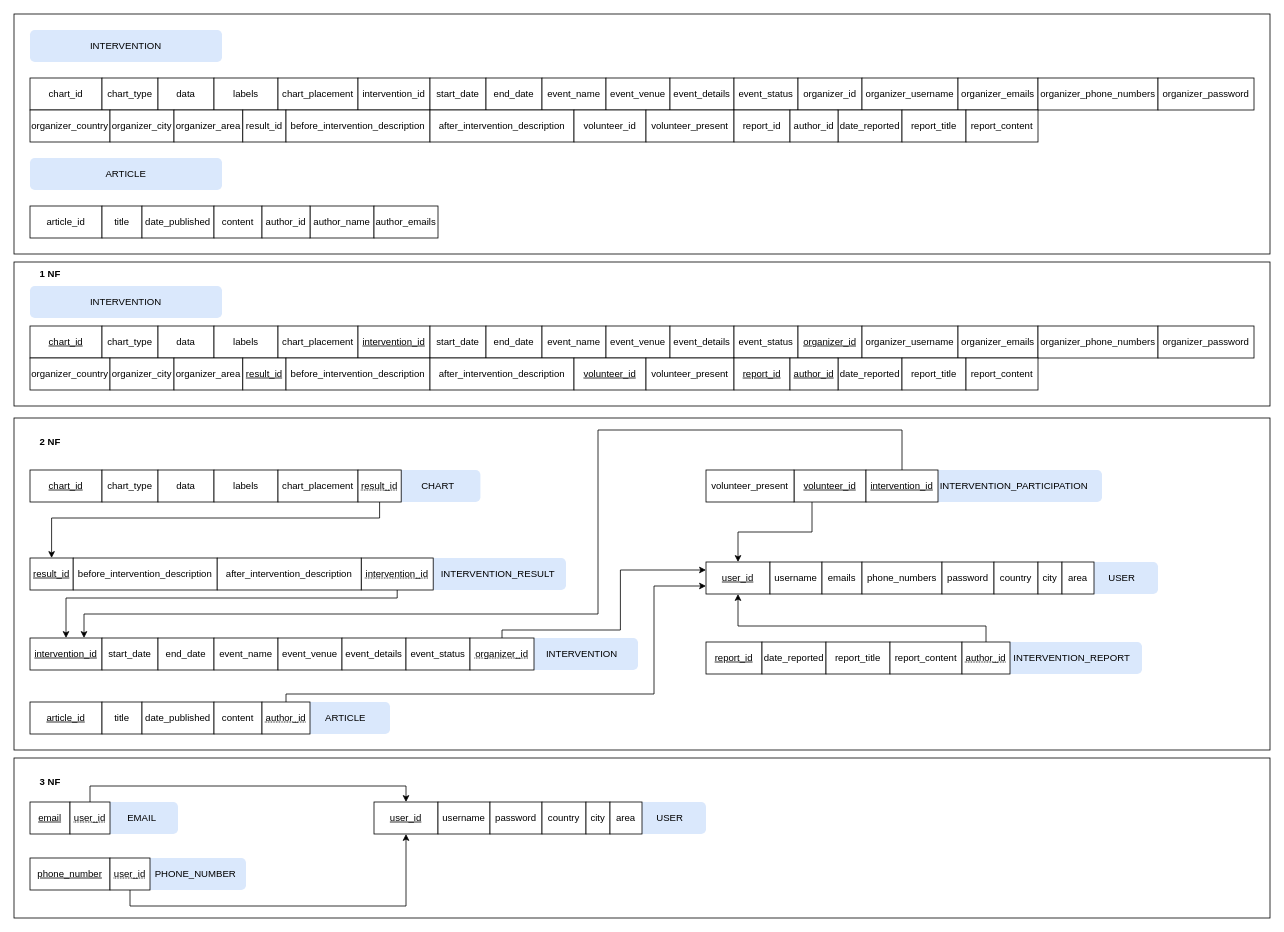
BloodRiver/public-health-interventions keeps this draw.io diagram as normalization.drawio. Above is the earlier version. Source tidied: cells renumbered, new cells numbered last; positions are measured from the earlier drawing's top-left corner, leaving out a move shared by most shapes. Both pictures are drawn from the tidied source at 80%, with x=0, y=0 at pixel (14, 14).
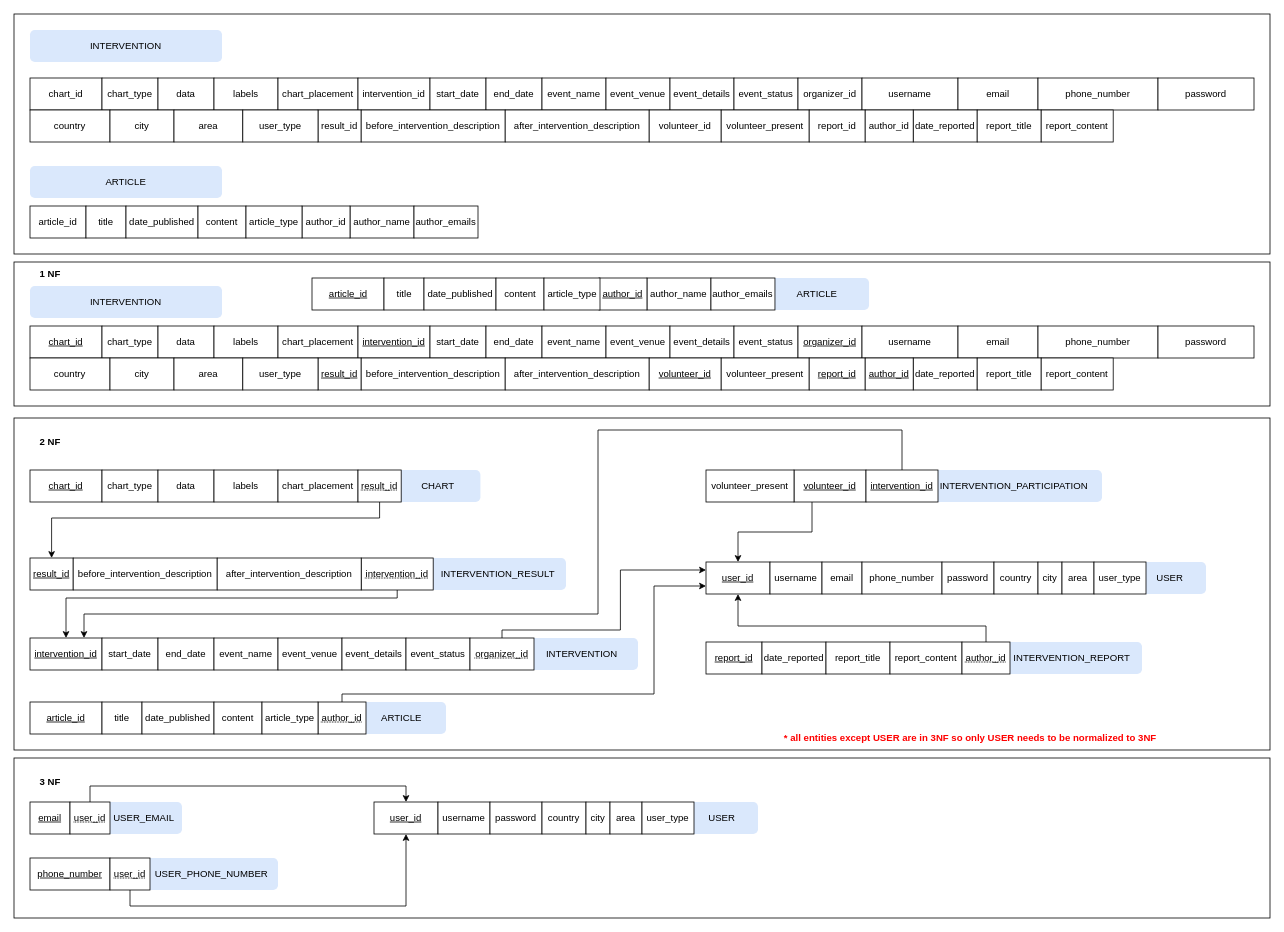
The same page after the edit.

The change refers to these unchanged cells:
```xml
<mxCell id="101" value="user_id" style="rounded=0;whiteSpace=wrap;html=1;fontStyle=4;" parent="1" vertex="1">
  <mxGeometry x="865" y="685" width="80" height="40" as="geometry" />
</mxCell>
```

Diff of the diagram source:
```diff
@@
+    <mxCell id="145" style="rounded=0;whiteSpace=wrap;html=1;fillColor=none;" parent="1" vertex="1">
+      <mxGeometry y="310" width="1570" height="180" as="geometry" />
+    </mxCell>
+    <mxCell id="146" style="rounded=0;whiteSpace=wrap;html=1;fillColor=none;" parent="1" vertex="1">
+      <mxGeometry y="930" width="1570" height="200" as="geometry" />
+    </mxCell>
@@
-    <mxCell id="4" value="PHONE_NUMBER" style="rounded=1;whiteSpace=wrap;html=1;fillColor=#dae8fc;strokeColor=none;" parent="1" vertex="1">
-      <mxGeometry x="164" y="1055" width="126" height="40" as="geometry" />
+    <mxCell id="4" value="USER_PHONE_NUMBER" style="rounded=1;whiteSpace=wrap;html=1;fillColor=#dae8fc;strokeColor=none;" parent="1" vertex="1">
+      <mxGeometry x="164" y="1055" width="166" height="40" as="geometry" />
     </mxCell>
-    <mxCell id="5" value="EMAIL" style="rounded=1;whiteSpace=wrap;html=1;fillColor=#dae8fc;strokeColor=none;" parent="1" vertex="1">
-      <mxGeometry x="115" y="985" width="90" height="40" as="geometry" />
+    <mxCell id="5" value="USER_EMAIL" style="rounded=1;whiteSpace=wrap;html=1;fillColor=#dae8fc;strokeColor=none;" parent="1" vertex="1">
+      <mxGeometry x="115" y="985" width="95" height="40" as="geometry" />
     </mxCell>
@@
     <mxCell id="8" value="USER" style="rounded=1;whiteSpace=wrap;html=1;fillColor=#dae8fc;strokeColor=none;" parent="1" vertex="1">
-      <mxGeometry x="1340" y="685" width="90" height="40" as="geometry" />
+      <mxGeometry x="1400" y="685" width="90" height="40" as="geometry" />
     </mxCell>
@@
-    <mxCell id="27" value="organizer_username" style="rounded=0;whiteSpace=wrap;html=1;" parent="1" vertex="1">
+    <mxCell id="27" value="username" style="rounded=0;whiteSpace=wrap;html=1;" parent="1" vertex="1">
       <mxGeometry x="1060" y="80" width="120" height="40" as="geometry" />
     </mxCell>
-    <mxCell id="28" value="organizer_emails" style="rounded=0;whiteSpace=wrap;html=1;" parent="1" vertex="1">
+    <mxCell id="28" value="email" style="rounded=0;whiteSpace=wrap;html=1;" parent="1" vertex="1">
       <mxGeometry x="1180" y="80" width="100" height="40" as="geometry" />
     </mxCell>
-    <mxCell id="29" value="organizer_phone_numbers" style="rounded=0;whiteSpace=wrap;html=1;" parent="1" vertex="1">
+    <mxCell id="29" value="phone_number" style="rounded=0;whiteSpace=wrap;html=1;" parent="1" vertex="1">
       <mxGeometry x="1280" y="80" width="150" height="40" as="geometry" />
     </mxCell>
-    <mxCell id="30" value="organizer_password" style="rounded=0;whiteSpace=wrap;html=1;" parent="1" vertex="1">
+    <mxCell id="30" value="password" style="rounded=0;whiteSpace=wrap;html=1;" parent="1" vertex="1">
       <mxGeometry x="1430" y="80" width="120" height="40" as="geometry" />
     </mxCell>
-    <mxCell id="31" value="organizer_country" style="rounded=0;whiteSpace=wrap;html=1;" parent="1" vertex="1">
+    <mxCell id="31" value="country" style="rounded=0;whiteSpace=wrap;html=1;" parent="1" vertex="1">
       <mxGeometry x="20" y="120" width="100" height="40" as="geometry" />
     </mxCell>
-    <mxCell id="32" value="organizer_city" style="rounded=0;whiteSpace=wrap;html=1;" parent="1" vertex="1">
+    <mxCell id="32" value="city" style="rounded=0;whiteSpace=wrap;html=1;" parent="1" vertex="1">
       <mxGeometry x="120" y="120" width="80" height="40" as="geometry" />
     </mxCell>
-    <mxCell id="33" value="organizer_area" style="rounded=0;whiteSpace=wrap;html=1;" parent="1" vertex="1">
+    <mxCell id="33" value="area" style="rounded=0;whiteSpace=wrap;html=1;" parent="1" vertex="1">
       <mxGeometry x="200" y="120" width="86" height="40" as="geometry" />
     </mxCell>
     <mxCell id="34" value="result_id" style="rounded=0;whiteSpace=wrap;html=1;" parent="1" vertex="1">
-      <mxGeometry x="286" y="120" width="54" height="40" as="geometry" />
+      <mxGeometry x="380" y="120" width="54" height="40" as="geometry" />
     </mxCell>
     <mxCell id="35" value="before_intervention_description" style="rounded=0;whiteSpace=wrap;html=1;" parent="1" vertex="1">
-      <mxGeometry x="340" y="120" width="180" height="40" as="geometry" />
+      <mxGeometry x="434" y="120" width="180" height="40" as="geometry" />
     </mxCell>
     <mxCell id="36" value="after_intervention_description" style="rounded=0;whiteSpace=wrap;html=1;" parent="1" vertex="1">
-      <mxGeometry x="520" y="120" width="180" height="40" as="geometry" />
+      <mxGeometry x="614" y="120" width="180" height="40" as="geometry" />
     </mxCell>
     <mxCell id="37" value="volunteer_id" style="rounded=0;whiteSpace=wrap;html=1;" parent="1" vertex="1">
-      <mxGeometry x="700" y="120" width="90" height="40" as="geometry" />
+      <mxGeometry x="794" y="120" width="90" height="40" as="geometry" />
     </mxCell>
     <mxCell id="38" value="volunteer_present" style="rounded=0;whiteSpace=wrap;html=1;" parent="1" vertex="1">
-      <mxGeometry x="790" y="120" width="110" height="40" as="geometry" />
+      <mxGeometry x="884" y="120" width="110" height="40" as="geometry" />
     </mxCell>
     <mxCell id="39" value="report_id" style="rounded=0;whiteSpace=wrap;html=1;" parent="1" vertex="1">
-      <mxGeometry x="900" y="120" width="70" height="40" as="geometry" />
+      <mxGeometry x="994" y="120" width="70" height="40" as="geometry" />
     </mxCell>
     <mxCell id="40" value="date_reported" style="rounded=0;whiteSpace=wrap;html=1;" parent="1" vertex="1">
-      <mxGeometry x="1030" y="120" width="80" height="40" as="geometry" />
+      <mxGeometry x="1124" y="120" width="80" height="40" as="geometry" />
     </mxCell>
     <mxCell id="41" value="report_title" style="rounded=0;whiteSpace=wrap;html=1;" parent="1" vertex="1">
-      <mxGeometry x="1110" y="120" width="80" height="40" as="geometry" />
+      <mxGeometry x="1204" y="120" width="80" height="40" as="geometry" />
     </mxCell>
     <mxCell id="42" value="report_content" style="rounded=0;whiteSpace=wrap;html=1;" parent="1" vertex="1">
-      <mxGeometry x="1190" y="120" width="90" height="40" as="geometry" />
+      <mxGeometry x="1284" y="120" width="90" height="40" as="geometry" />
     </mxCell>
@@
-    <mxCell id="56" value="organizer_username" style="rounded=0;whiteSpace=wrap;html=1;" parent="1" vertex="1">
+    <mxCell id="56" value="username" style="rounded=0;whiteSpace=wrap;html=1;" parent="1" vertex="1">
       <mxGeometry x="1060" y="390" width="120" height="40" as="geometry" />
     </mxCell>
-    <mxCell id="57" value="organizer_emails" style="rounded=0;whiteSpace=wrap;html=1;" parent="1" vertex="1">
+    <mxCell id="57" value="email" style="rounded=0;whiteSpace=wrap;html=1;" parent="1" vertex="1">
       <mxGeometry x="1180" y="390" width="100" height="40" as="geometry" />
     </mxCell>
-    <mxCell id="58" value="organizer_phone_numbers" style="rounded=0;whiteSpace=wrap;html=1;" parent="1" vertex="1">
+    <mxCell id="58" value="phone_number" style="rounded=0;whiteSpace=wrap;html=1;" parent="1" vertex="1">
       <mxGeometry x="1280" y="390" width="150" height="40" as="geometry" />
     </mxCell>
-    <mxCell id="59" value="organizer_password" style="rounded=0;whiteSpace=wrap;html=1;" parent="1" vertex="1">
+    <mxCell id="59" value="password" style="rounded=0;whiteSpace=wrap;html=1;" parent="1" vertex="1">
       <mxGeometry x="1430" y="390" width="120" height="40" as="geometry" />
     </mxCell>
-    <mxCell id="60" value="organizer_country" style="rounded=0;whiteSpace=wrap;html=1;" parent="1" vertex="1">
+    <mxCell id="60" value="country" style="rounded=0;whiteSpace=wrap;html=1;" parent="1" vertex="1">
       <mxGeometry x="20" y="430" width="100" height="40" as="geometry" />
     </mxCell>
-    <mxCell id="61" value="organizer_city" style="rounded=0;whiteSpace=wrap;html=1;" parent="1" vertex="1">
+    <mxCell id="61" value="city" style="rounded=0;whiteSpace=wrap;html=1;" parent="1" vertex="1">
       <mxGeometry x="120" y="430" width="80" height="40" as="geometry" />
     </mxCell>
-    <mxCell id="62" value="organizer_area" style="rounded=0;whiteSpace=wrap;html=1;" parent="1" vertex="1">
+    <mxCell id="62" value="area" style="rounded=0;whiteSpace=wrap;html=1;" parent="1" vertex="1">
       <mxGeometry x="200" y="430" width="86" height="40" as="geometry" />
     </mxCell>
     <mxCell id="63" value="result_id" style="rounded=0;whiteSpace=wrap;html=1;fontStyle=4;" parent="1" vertex="1">
-      <mxGeometry x="286" y="430" width="54" height="40" as="geometry" />
+      <mxGeometry x="380" y="430" width="54" height="40" as="geometry" />
     </mxCell>
     <mxCell id="64" value="before_intervention_description" style="rounded=0;whiteSpace=wrap;html=1;" parent="1" vertex="1">
-      <mxGeometry x="340" y="430" width="180" height="40" as="geometry" />
+      <mxGeometry x="434" y="430" width="180" height="40" as="geometry" />
     </mxCell>
     <mxCell id="65" value="after_intervention_description" style="rounded=0;whiteSpace=wrap;html=1;" parent="1" vertex="1">
-      <mxGeometry x="520" y="430" width="180" height="40" as="geometry" />
+      <mxGeometry x="614" y="430" width="180" height="40" as="geometry" />
     </mxCell>
     <mxCell id="66" value="volunteer_id" style="rounded=0;whiteSpace=wrap;html=1;fontStyle=4;" parent="1" vertex="1">
-      <mxGeometry x="700" y="430" width="90" height="40" as="geometry" />
+      <mxGeometry x="794" y="430" width="90" height="40" as="geometry" />
     </mxCell>
     <mxCell id="67" value="volunteer_present" style="rounded=0;whiteSpace=wrap;html=1;" parent="1" vertex="1">
-      <mxGeometry x="790" y="430" width="110" height="40" as="geometry" />
+      <mxGeometry x="884" y="430" width="110" height="40" as="geometry" />
     </mxCell>
     <mxCell id="68" value="report_id" style="rounded=0;whiteSpace=wrap;html=1;fontStyle=4;" parent="1" vertex="1">
-      <mxGeometry x="900" y="430" width="70" height="40" as="geometry" />
+      <mxGeometry x="994" y="430" width="70" height="40" as="geometry" />
     </mxCell>
     <mxCell id="69" value="date_reported" style="rounded=0;whiteSpace=wrap;html=1;" parent="1" vertex="1">
-      <mxGeometry x="1030" y="430" width="80" height="40" as="geometry" />
+      <mxGeometry x="1124" y="430" width="80" height="40" as="geometry" />
     </mxCell>
     <mxCell id="70" value="report_title" style="rounded=0;whiteSpace=wrap;html=1;" parent="1" vertex="1">
-      <mxGeometry x="1110" y="430" width="80" height="40" as="geometry" />
+      <mxGeometry x="1204" y="430" width="80" height="40" as="geometry" />
     </mxCell>
     <mxCell id="71" value="report_content" style="rounded=0;whiteSpace=wrap;html=1;" parent="1" vertex="1">
-      <mxGeometry x="1190" y="430" width="90" height="40" as="geometry" />
+      <mxGeometry x="1284" y="430" width="90" height="40" as="geometry" />
     </mxCell>
     <mxCell id="72" value="article_id" style="rounded=0;whiteSpace=wrap;html=1;" parent="1" vertex="1">
-      <mxGeometry x="20" y="240" width="90" height="40" as="geometry" />
+      <mxGeometry x="20" y="240" width="70" height="40" as="geometry" />
     </mxCell>
     <mxCell id="73" value="title" style="rounded=0;whiteSpace=wrap;html=1;" parent="1" vertex="1">
-      <mxGeometry x="110" y="240" width="50" height="40" as="geometry" />
+      <mxGeometry x="90" y="240" width="50" height="40" as="geometry" />
     </mxCell>
     <mxCell id="74" value="date_published" style="rounded=0;whiteSpace=wrap;html=1;" parent="1" vertex="1">
-      <mxGeometry x="160" y="240" width="90" height="40" as="geometry" />
+      <mxGeometry x="140" y="240" width="90" height="40" as="geometry" />
     </mxCell>
     <mxCell id="75" value="content" style="rounded=0;whiteSpace=wrap;html=1;" parent="1" vertex="1">
-      <mxGeometry x="250" y="240" width="60" height="40" as="geometry" />
+      <mxGeometry x="230" y="240" width="60" height="40" as="geometry" />
     </mxCell>
     <mxCell id="76" value="author_name" style="rounded=0;whiteSpace=wrap;html=1;" parent="1" vertex="1">
-      <mxGeometry x="370" y="240" width="80" height="40" as="geometry" />
+      <mxGeometry x="420" y="240" width="80" height="40" as="geometry" />
     </mxCell>
     <mxCell id="77" value="author_emails" style="rounded=0;whiteSpace=wrap;html=1;" parent="1" vertex="1">
-      <mxGeometry x="450" y="240" width="80" height="40" as="geometry" />
+      <mxGeometry x="500" y="240" width="80" height="40" as="geometry" />
     </mxCell>
     <mxCell id="78" value="ARTICLE" style="rounded=1;whiteSpace=wrap;html=1;fillColor=#dae8fc;strokeColor=none;" parent="1" vertex="1">
-      <mxGeometry x="20" y="180" width="240" height="40" as="geometry" />
+      <mxGeometry x="938.8" y="330" width="130" height="40" as="geometry" />
     </mxCell>
     <mxCell id="79" value="author_id" style="rounded=0;whiteSpace=wrap;html=1;" parent="1" vertex="1">
-      <mxGeometry x="310" y="240" width="60" height="40" as="geometry" />
+      <mxGeometry x="360" y="240" width="60" height="40" as="geometry" />
     </mxCell>
@@
     <mxCell id="85" value="ARTICLE" style="rounded=1;whiteSpace=wrap;html=1;fillColor=#dae8fc;strokeColor=none;" parent="1" vertex="1">
-      <mxGeometry x="359" y="860" width="111" height="40" as="geometry" />
+      <mxGeometry x="429" y="860" width="111" height="40" as="geometry" />
     </mxCell>
     <mxCell id="86" style="edgeStyle=orthogonalEdgeStyle;rounded=0;jettySize=auto;html=1;entryX=0;entryY=0.75;entryDx=0;entryDy=0;exitX=0.5;exitY=0;exitDx=0;exitDy=0;" parent="1" edge="1" source="87" target="101">
       <mxGeometry relative="1" as="geometry">
         <Array as="points">
-          <mxPoint x="340" y="850" />
+          <mxPoint x="410" y="850" />
           <mxPoint x="800" y="850" />
           <mxPoint x="800" y="715" />
         </Array>
       </mxGeometry>
     </mxCell>
     <mxCell id="87" value="&lt;span style=&quot;text-decoration: dotted underline;&quot;&gt;author_id&lt;/span&gt;" style="rounded=0;whiteSpace=wrap;html=1;fontStyle=0;" parent="1" vertex="1">
-      <mxGeometry x="310" y="860" width="60" height="40" as="geometry" />
+      <mxGeometry x="380" y="860" width="60" height="40" as="geometry" />
     </mxCell>
@@
-    <mxCell id="103" value="emails" style="rounded=0;whiteSpace=wrap;html=1;" parent="1" vertex="1">
+    <mxCell id="103" value="email" style="rounded=0;whiteSpace=wrap;html=1;" parent="1" vertex="1">
       <mxGeometry x="1010" y="685" width="50" height="40" as="geometry" />
     </mxCell>
-    <mxCell id="104" value="phone_numbers" style="rounded=0;whiteSpace=wrap;html=1;" parent="1" vertex="1">
+    <mxCell id="104" value="phone_number" style="rounded=0;whiteSpace=wrap;html=1;" parent="1" vertex="1">
       <mxGeometry x="1060" y="685" width="100" height="40" as="geometry" />
     </mxCell>
@@
     <mxCell id="127" value="author_id" style="rounded=0;whiteSpace=wrap;html=1;" parent="1" vertex="1">
-      <mxGeometry x="970" y="120" width="60" height="40" as="geometry" />
+      <mxGeometry x="1064" y="120" width="60" height="40" as="geometry" />
     </mxCell>
     <mxCell id="128" value="author_id" style="rounded=0;whiteSpace=wrap;html=1;fontStyle=4;" parent="1" vertex="1">
-      <mxGeometry x="970" y="430" width="60" height="40" as="geometry" />
+      <mxGeometry x="1064" y="430" width="60" height="40" as="geometry" />
     </mxCell>
@@
     <mxCell id="131" value="USER" style="rounded=1;whiteSpace=wrap;html=1;fillColor=#dae8fc;strokeColor=none;" parent="1" vertex="1">
-      <mxGeometry x="775" y="985" width="90" height="40" as="geometry" />
+      <mxGeometry x="840" y="985" width="90" height="40" as="geometry" />
     </mxCell>
@@
-    <mxCell id="145" style="rounded=0;whiteSpace=wrap;html=1;fillColor=none;" parent="1" vertex="1">
-      <mxGeometry y="310" width="1570" height="180" as="geometry" />
-    </mxCell>
-    <mxCell id="146" style="rounded=0;whiteSpace=wrap;html=1;fillColor=none;" parent="1" vertex="1">
-      <mxGeometry y="930" width="1570" height="200" as="geometry" />
-    </mxCell>
+    <mxCell id="147" value="article_id" style="rounded=0;whiteSpace=wrap;html=1;fontStyle=4;" parent="1" vertex="1">
+      <mxGeometry x="372.5" y="330" width="90" height="40" as="geometry" />
+    </mxCell>
+    <mxCell id="148" value="title" style="rounded=0;whiteSpace=wrap;html=1;" parent="1" vertex="1">
+      <mxGeometry x="462.5" y="330" width="50" height="40" as="geometry" />
+    </mxCell>
+    <mxCell id="149" value="date_published" style="rounded=0;whiteSpace=wrap;html=1;" parent="1" vertex="1">
+      <mxGeometry x="512.5" y="330" width="90" height="40" as="geometry" />
+    </mxCell>
+    <mxCell id="150" value="content" style="rounded=0;whiteSpace=wrap;html=1;" parent="1" vertex="1">
+      <mxGeometry x="602.5" y="330" width="60" height="40" as="geometry" />
+    </mxCell>
+    <mxCell id="151" value="author_name" style="rounded=0;whiteSpace=wrap;html=1;" parent="1" vertex="1">
+      <mxGeometry x="791.2" y="330" width="80" height="40" as="geometry" />
+    </mxCell>
+    <mxCell id="152" value="author_emails" style="rounded=0;whiteSpace=wrap;html=1;" parent="1" vertex="1">
+      <mxGeometry x="871.2" y="330" width="80" height="40" as="geometry" />
+    </mxCell>
+    <mxCell id="153" value="author_id" style="rounded=0;whiteSpace=wrap;html=1;fontStyle=4;" parent="1" vertex="1">
+      <mxGeometry x="731.2" y="330" width="60" height="40" as="geometry" />
+    </mxCell>
+    <mxCell id="154" value="ARTICLE" style="rounded=1;whiteSpace=wrap;html=1;fillColor=#dae8fc;strokeColor=none;" parent="1" vertex="1">
+      <mxGeometry x="20" y="190" width="240" height="40" as="geometry" />
+    </mxCell>
+    <mxCell id="155" value="article_type" style="rounded=0;whiteSpace=wrap;html=1;" parent="1" vertex="1">
+      <mxGeometry x="290" y="240" width="70" height="40" as="geometry" />
+    </mxCell>
+    <mxCell id="156" value="article_type" style="rounded=0;whiteSpace=wrap;html=1;" parent="1" vertex="1">
+      <mxGeometry x="662.5" y="330" width="70" height="40" as="geometry" />
+    </mxCell>
+    <mxCell id="157" value="article_type" style="rounded=0;whiteSpace=wrap;html=1;" parent="1" vertex="1">
+      <mxGeometry x="310" y="860" width="70" height="40" as="geometry" />
+    </mxCell>
+    <mxCell id="158" value="* all entities except USER are in 3NF so only USER needs to be normalized to 3NF" style="text;html=1;align=center;verticalAlign=middle;strokeColor=none;fillColor=none;fontColor=#FF0000;fontStyle=1;" parent="1" vertex="1">
+      <mxGeometry x="960" y="890" width="470" height="30" as="geometry" />
+    </mxCell>
+    <mxCell id="159" value="user_type" style="rounded=0;whiteSpace=wrap;html=1;" parent="1" vertex="1">
+      <mxGeometry x="785" y="985" width="65" height="40" as="geometry" />
+    </mxCell>
+    <mxCell id="160" value="user_type" style="rounded=0;whiteSpace=wrap;html=1;" parent="1" vertex="1">
+      <mxGeometry x="1350" y="685" width="65" height="40" as="geometry" />
+    </mxCell>
+    <mxCell id="161" value="user_type" style="rounded=0;whiteSpace=wrap;html=1;" parent="1" vertex="1">
+      <mxGeometry x="286" y="430" width="94" height="40" as="geometry" />
+    </mxCell>
+    <mxCell id="162" value="user_type" style="rounded=0;whiteSpace=wrap;html=1;" parent="1" vertex="1">
+      <mxGeometry x="286" y="120" width="94" height="40" as="geometry" />
+    </mxCell>
```
